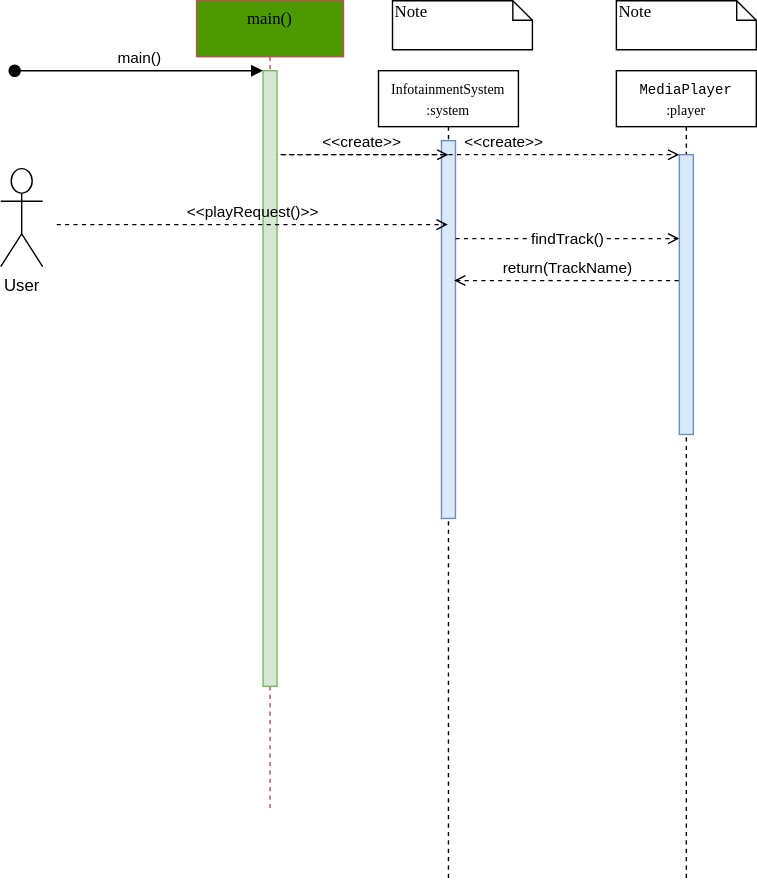
Above: exercises/exercise2/sequence.drawio.svg in iwakawa0510/UML_Practice (draw.io), before the change. Source tidied: cells renumbered, new cells last; positions are measured from the earlier drawing's top-left corner, leaving out a move shared by most shapes.
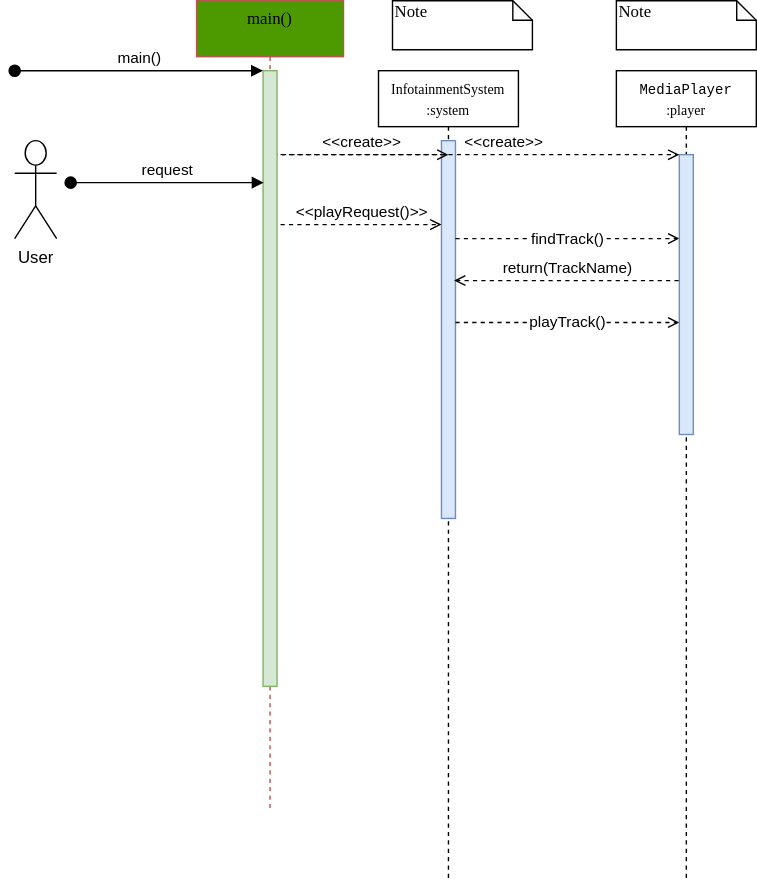
Above is the later version.

Commit message:
sequence.drawio.svg を更新します

Change to the diagram source:
```diff
@@ -20,6 +20,12 @@
         <mxPoint x="215" y="120" as="targetPoint" />
       </mxGeometry>
     </mxCell>
+    <mxCell id="17" value="playTrack()" style="endArrow=open;dashed=1;html=1;rounded=0;" parent="2" edge="1">
+      <mxGeometry relative="1" as="geometry">
+        <mxPoint x="55" y="180" as="sourcePoint" />
+        <mxPoint x="215" y="180" as="targetPoint" />
+      </mxGeometry>
+    </mxCell>
     <mxCell id="6" value="&lt;font style=&quot;font-size: 10px;&quot;&gt;&lt;span style=&quot;font-family: Consolas, &amp;quot;Courier New&amp;quot;, monospace; white-space: pre;&quot;&gt;MediaPlayer&lt;/span&gt;&lt;/font&gt;&lt;div&gt;&lt;font style=&quot;font-size: 10px;&quot;&gt;:player&lt;/font&gt;&lt;/div&gt;" style="shape=umlLifeline;perimeter=lifelinePerimeter;whiteSpace=wrap;html=1;rounded=0;shadow=0;comic=0;labelBackgroundColor=none;strokeWidth=1;fontFamily=Verdana;fontSize=12;align=center;" parent="1" vertex="1">
       <mxGeometry x="440" y="50" width="100" height="580" as="geometry" />
     </mxCell>
@@ -32,17 +38,18 @@
     <mxCell id="9" style="html=1;perimeter=orthogonalPerimeter;rounded=0;shadow=0;comic=0;labelBackgroundColor=none;strokeWidth=1;fontFamily=Verdana;fontSize=12;align=center;fillColor=#d5e8d4;strokeColor=#82b366;" parent="8" vertex="1">
       <mxGeometry x="47.5" y="50" width="10" height="440" as="geometry" />
     </mxCell>
+    <mxCell id="11" value="main()" style="html=1;verticalAlign=bottom;startArrow=oval;startFill=1;endArrow=block;startSize=8;curved=0;rounded=0;" parent="8" edge="1">
+      <mxGeometry relative="1" as="geometry">
+        <mxPoint x="-130" y="50" as="sourcePoint" />
+        <mxPoint x="47.5" y="50" as="targetPoint" />
+      </mxGeometry>
+    </mxCell>
-    <mxCell id="10" value="&amp;lt;&amp;lt;playRequest()&amp;gt;&amp;gt;" style="html=1;verticalAlign=bottom;labelBackgroundColor=none;endArrow=open;endFill=0;dashed=1;rounded=0;" parent="8" edge="1" target="2">
+    <mxCell id="10" value="&amp;lt;&amp;lt;playRequest()&amp;gt;&amp;gt;" style="html=1;verticalAlign=bottom;labelBackgroundColor=none;endArrow=open;endFill=0;dashed=1;rounded=0;" parent="8" edge="1">
       <mxGeometry relative="1" as="geometry">
-        <mxPoint x="-100" y="160" as="sourcePoint" />
+        <mxPoint x="60" y="160" as="sourcePoint" />
+        <mxPoint x="175" y="160" as="targetPoint" />
       </mxGeometry>
     </mxCell>
-    <mxCell id="11" value="main()" style="html=1;verticalAlign=bottom;startArrow=oval;startFill=1;endArrow=block;startSize=8;curved=0;rounded=0;" parent="8" edge="1">
-      <mxGeometry relative="1" as="geometry">
-        <mxPoint x="-130" y="50" as="sourcePoint" />
-        <mxPoint x="47.5" y="50" as="targetPoint" />
-      </mxGeometry>
-    </mxCell>
     <mxCell id="12" value="Note" style="shape=note;whiteSpace=wrap;html=1;size=14;verticalAlign=top;align=left;spacingTop=-6;rounded=0;shadow=0;comic=0;labelBackgroundColor=none;strokeWidth=1;fontFamily=Verdana;fontSize=12;" parent="1" vertex="1">
       <mxGeometry x="280" width="100" height="35" as="geometry" />
     </mxCell>
@@ -50,7 +57,7 @@
       <mxGeometry x="440" width="100" height="35" as="geometry" />
     </mxCell>
     <mxCell id="14" value="User&lt;div&gt;&lt;br&gt;&lt;/div&gt;" style="shape=umlActor;verticalLabelPosition=bottom;verticalAlign=top;html=1;" parent="1" vertex="1">
-      <mxGeometry y="120" width="30" height="70" as="geometry" />
+      <mxGeometry x="10" y="100" width="30" height="70" as="geometry" />
     </mxCell>
     <mxCell id="15" value="　　　&amp;lt;&amp;lt;create&amp;gt;&amp;gt;" style="html=1;verticalAlign=bottom;labelBackgroundColor=none;endArrow=open;endFill=0;dashed=1;rounded=0;" parent="1" edge="1">
       <mxGeometry relative="1" as="geometry">
@@ -64,5 +71,11 @@
         <mxPoint x="324" y="200" as="targetPoint" />
       </mxGeometry>
     </mxCell>
+    <mxCell id="18" value="request" style="html=1;verticalAlign=bottom;startArrow=oval;startFill=1;endArrow=block;startSize=8;curved=0;rounded=0;" parent="1" edge="1">
+      <mxGeometry relative="1" as="geometry">
+        <mxPoint x="50" y="130" as="sourcePoint" />
+        <mxPoint x="188" y="130" as="targetPoint" />
+      </mxGeometry>
+    </mxCell>
   </root>
 </mxGraphModel>
```
